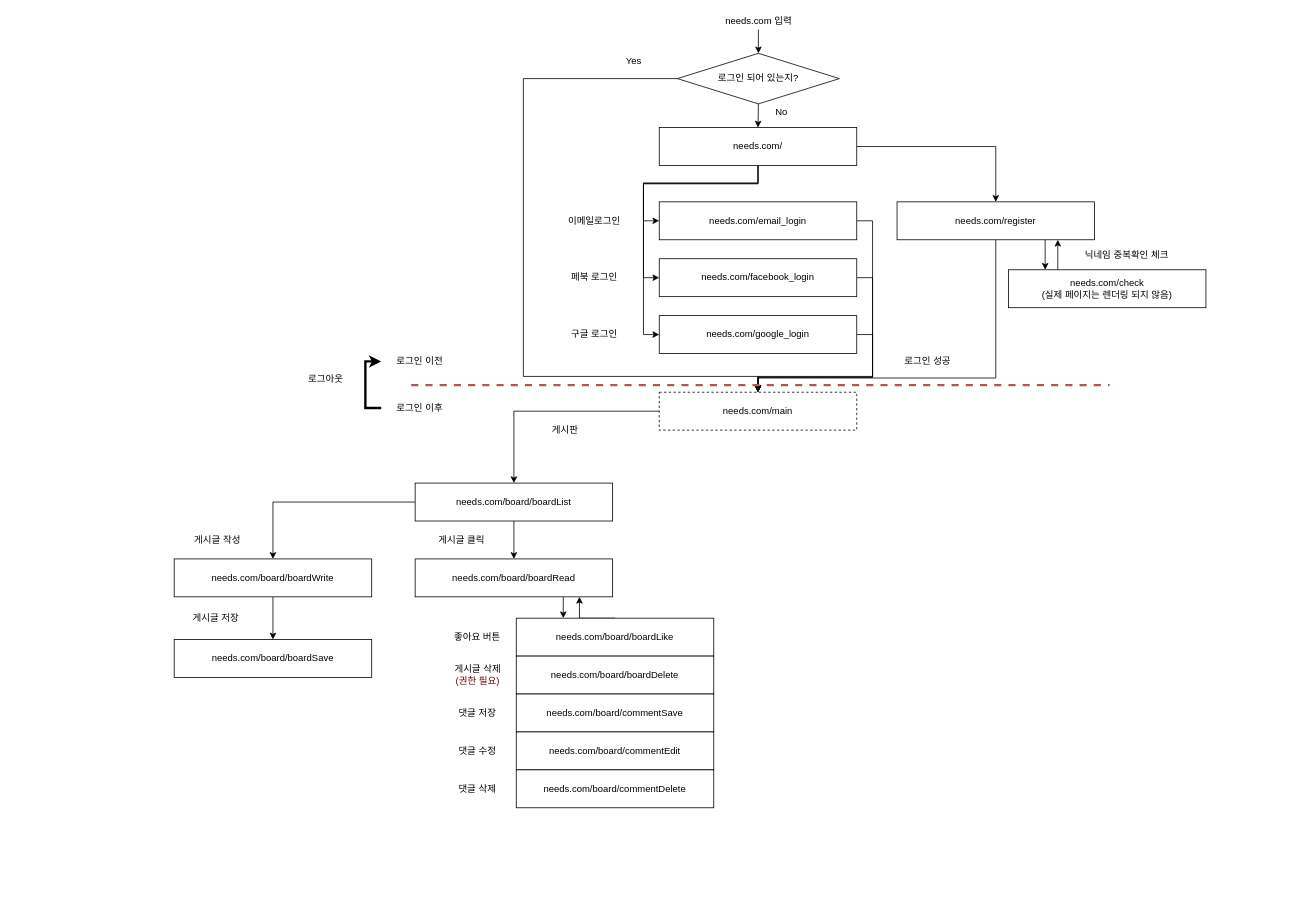
The draw.io diagram web_uml_diagram.drawio in needs-develop/Needs-web, before the edit. Source tidied: cells renumbered, new cells numbered last; positions are measured from the earlier drawing's top-left corner, leaving out a move shared by most shapes. Both pictures are drawn from the tidied source at 79%, with x=0, y=0 at pixel (171, 13).
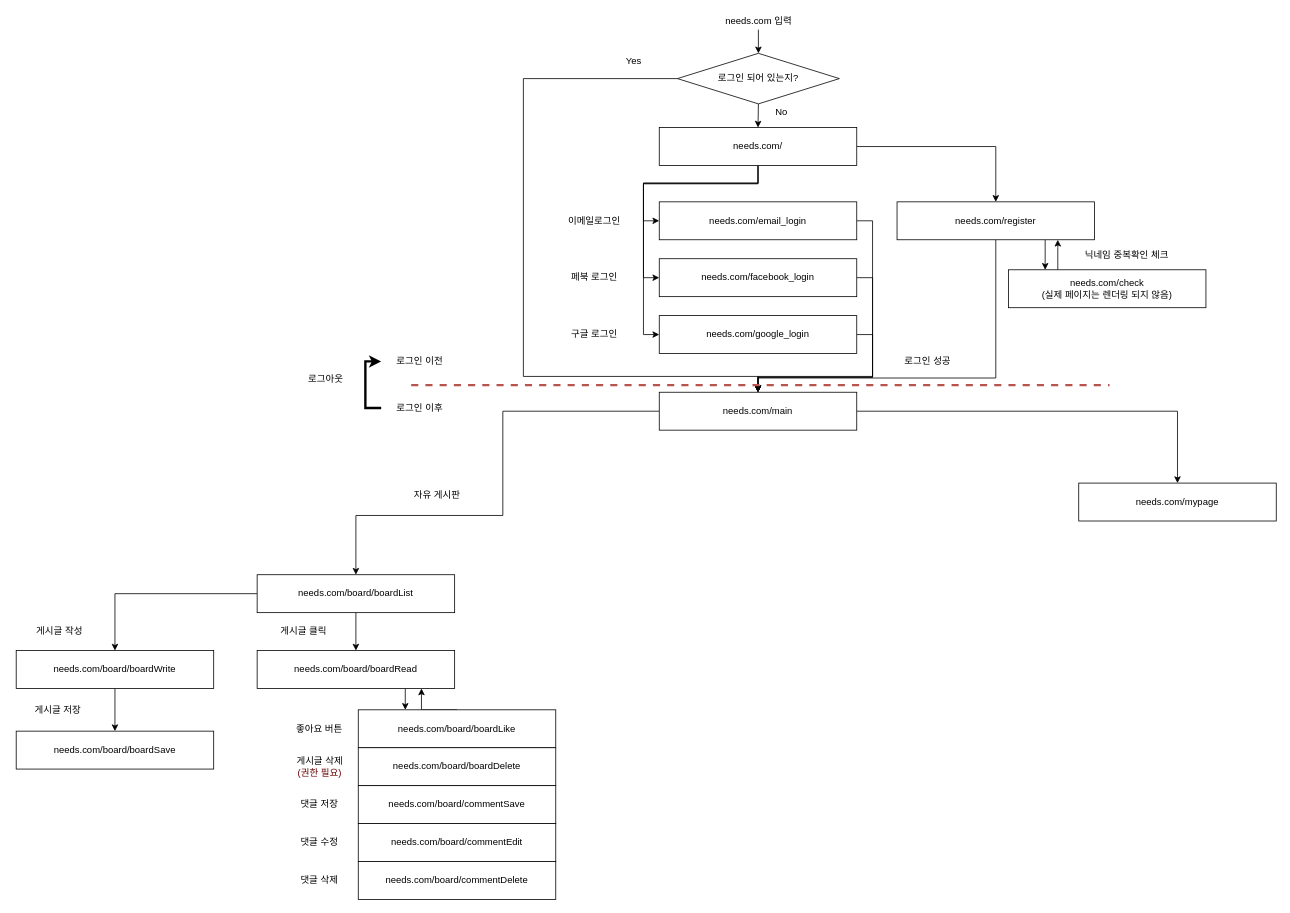
Above is the later version.

The edit, as a diff of the source:
```diff
@@
     <mxCell id="28" style="edgeStyle=orthogonalEdgeStyle;rounded=0;jettySize=auto;html=1;exitX=0;exitY=0.5;exitDx=0;exitDy=0;entryX=0.5;entryY=0;entryDx=0;entryDy=0;" parent="1" edge="1" source="29" target="34">
-      <mxGeometry relative="1" as="geometry" />
+      <mxGeometry relative="1" as="geometry">
+        <Array as="points">
+          <mxPoint x="419" y="503" />
+          <mxPoint x="419" y="635" />
+          <mxPoint x="233" y="635" />
+        </Array>
+      </mxGeometry>
     </mxCell>
+    <mxCell id="60" style="edgeStyle=orthogonalEdgeStyle;rounded=0;jettySize=auto;html=1;exitX=1;exitY=0.5;exitDx=0;exitDy=0;" parent="1" edge="1" source="29" target="61">
+      <mxGeometry relative="1" as="geometry" />
+    </mxCell>
-    <mxCell id="29" value="needs.com/main" style="rounded=0;whiteSpace=wrap;html=1;dashed=1;" parent="1" vertex="1">
+    <mxCell id="29" value="needs.com/main" style="rounded=0;whiteSpace=wrap;html=1;" parent="1" vertex="1">
       <mxGeometry x="617" y="479" width="250" height="48" as="geometry" />
     </mxCell>
@@
     <mxCell id="34" value="needs.com/board/boardList" style="rounded=0;whiteSpace=wrap;html=1;" parent="1" vertex="1">
-      <mxGeometry x="308" y="594" width="250" height="48" as="geometry" />
+      <mxGeometry x="108" y="710" width="250" height="48" as="geometry" />
     </mxCell>
     <mxCell id="35" style="edgeStyle=orthogonalEdgeStyle;rounded=0;jettySize=auto;html=1;exitX=0.75;exitY=1;exitDx=0;exitDy=0;strokeWidth=1;" parent="1" edge="1" source="36" target="50">
       <mxGeometry relative="1" as="geometry">
         <Array as="points">
-          <mxPoint x="496" y="758" />
-          <mxPoint x="496" y="758" />
+          <mxPoint x="296" y="874" />
+          <mxPoint x="296" y="874" />
         </Array>
       </mxGeometry>
     </mxCell>
     <mxCell id="36" value="needs.com/board/boardRead" style="rounded=0;whiteSpace=wrap;html=1;" parent="1" vertex="1">
-      <mxGeometry x="308" y="690" width="250" height="48" as="geometry" />
+      <mxGeometry x="108" y="806" width="250" height="48" as="geometry" />
     </mxCell>
     <mxCell id="37" value="needs.com/board/boardSave" style="rounded=0;whiteSpace=wrap;html=1;" parent="1" vertex="1">
-      <mxGeometry x="3" y="792" width="250" height="48" as="geometry" />
+      <mxGeometry x="-197" y="908" width="250" height="48" as="geometry" />
     </mxCell>
-    <mxCell id="38" value="게시판" style="text;html=1;strokeColor=none;fillColor=none;align=center;verticalAlign=middle;whiteSpace=wrap;rounded=0;" parent="1" vertex="1">
-      <mxGeometry x="449" y="517" width="98" height="20" as="geometry" />
+    <mxCell id="38" value="자유 게시판" style="text;html=1;strokeColor=none;fillColor=none;align=center;verticalAlign=middle;whiteSpace=wrap;rounded=0;" parent="1" vertex="1">
+      <mxGeometry x="287" y="600" width="98" height="20" as="geometry" />
     </mxCell>
@@
     <mxCell id="44" value="게시글 클릭" style="text;html=1;strokeColor=none;fillColor=none;align=center;verticalAlign=middle;whiteSpace=wrap;rounded=0;" parent="1" vertex="1">
-      <mxGeometry x="318" y="656" width="98" height="20" as="geometry" />
+      <mxGeometry x="118" y="772" width="98" height="20" as="geometry" />
     </mxCell>
@@
     <mxCell id="46" value="needs.com/board/boardWrite" style="rounded=0;whiteSpace=wrap;html=1;" parent="1" vertex="1">
-      <mxGeometry x="3" y="690" width="250" height="48" as="geometry" />
+      <mxGeometry x="-197" y="806" width="250" height="48" as="geometry" />
     </mxCell>
     <mxCell id="47" value="게시글 작성" style="text;html=1;strokeColor=none;fillColor=none;align=center;verticalAlign=middle;whiteSpace=wrap;rounded=0;" parent="1" vertex="1">
-      <mxGeometry x="9" y="656" width="98" height="20" as="geometry" />
+      <mxGeometry x="-191" y="772" width="98" height="20" as="geometry" />
     </mxCell>
     <mxCell id="48" value="게시글 저장" style="text;html=1;strokeColor=none;fillColor=none;align=center;verticalAlign=middle;whiteSpace=wrap;rounded=0;" parent="1" vertex="1">
-      <mxGeometry y="755" width="112.1" height="20" as="geometry" />
+      <mxGeometry x="-200" y="871" width="112.1" height="20" as="geometry" />
     </mxCell>
     <mxCell id="49" style="edgeStyle=orthogonalEdgeStyle;rounded=0;jettySize=auto;html=1;exitX=0.5;exitY=0;exitDx=0;exitDy=0;strokeWidth=1;" parent="1" edge="1" source="50" target="36">
       <mxGeometry relative="1" as="geometry">
         <Array as="points">
-          <mxPoint x="516" y="765" />
+          <mxPoint x="316" y="881" />
         </Array>
       </mxGeometry>
     </mxCell>
     <mxCell id="50" value="needs.com/board/boardLike" style="rounded=0;whiteSpace=wrap;html=1;" parent="1" vertex="1">
-      <mxGeometry x="436" y="765" width="250" height="48" as="geometry" />
+      <mxGeometry x="236" y="881" width="250" height="48" as="geometry" />
     </mxCell>
     <mxCell id="51" value="좋아요 버튼" style="text;html=1;strokeColor=none;fillColor=none;align=center;verticalAlign=middle;whiteSpace=wrap;rounded=0;" parent="1" vertex="1">
-      <mxGeometry x="338" y="779" width="98" height="20" as="geometry" />
+      <mxGeometry x="138" y="895" width="98" height="20" as="geometry" />
     </mxCell>
     <mxCell id="52" value="needs.com/board/boardDelete" style="rounded=0;whiteSpace=wrap;html=1;" parent="1" vertex="1">
-      <mxGeometry x="436" y="813" width="250" height="48" as="geometry" />
+      <mxGeometry x="236" y="929" width="250" height="48" as="geometry" />
     </mxCell>
     <mxCell id="53" value="게시글 삭제&lt;br&gt;&lt;font color=&quot;#660000&quot;&gt;(권한 필요)&lt;/font&gt;" style="text;html=1;strokeColor=none;fillColor=none;align=center;verticalAlign=middle;whiteSpace=wrap;rounded=0;" parent="1" vertex="1">
-      <mxGeometry x="342.5" y="818.5" width="89" height="37" as="geometry" />
+      <mxGeometry x="142.5" y="934.5" width="89" height="37" as="geometry" />
     </mxCell>
     <mxCell id="54" value="needs.com/board/commentSave" style="rounded=0;whiteSpace=wrap;html=1;" parent="1" vertex="1">
-      <mxGeometry x="436" y="861" width="250" height="48" as="geometry" />
+      <mxGeometry x="236" y="977" width="250" height="48" as="geometry" />
     </mxCell>
     <mxCell id="55" value="댓글 저장" style="text;html=1;strokeColor=none;fillColor=none;align=center;verticalAlign=middle;whiteSpace=wrap;rounded=0;" parent="1" vertex="1">
-      <mxGeometry x="338" y="875" width="98" height="20" as="geometry" />
+      <mxGeometry x="138" y="991" width="98" height="20" as="geometry" />
     </mxCell>
     <mxCell id="56" value="needs.com/board/commentEdit" style="rounded=0;whiteSpace=wrap;html=1;" parent="1" vertex="1">
-      <mxGeometry x="436" y="909" width="250" height="48" as="geometry" />
+      <mxGeometry x="236" y="1025" width="250" height="48" as="geometry" />
     </mxCell>
     <mxCell id="57" value="댓글 수정" style="text;html=1;strokeColor=none;fillColor=none;align=center;verticalAlign=middle;whiteSpace=wrap;rounded=0;" parent="1" vertex="1">
-      <mxGeometry x="338" y="923" width="98" height="20" as="geometry" />
+      <mxGeometry x="138" y="1039" width="98" height="20" as="geometry" />
     </mxCell>
     <mxCell id="58" value="needs.com/board/commentDelete" style="rounded=0;whiteSpace=wrap;html=1;" parent="1" vertex="1">
-      <mxGeometry x="436" y="957" width="250" height="48" as="geometry" />
+      <mxGeometry x="236" y="1073" width="250" height="48" as="geometry" />
     </mxCell>
     <mxCell id="59" value="댓글 삭제" style="text;html=1;strokeColor=none;fillColor=none;align=center;verticalAlign=middle;whiteSpace=wrap;rounded=0;" parent="1" vertex="1">
-      <mxGeometry x="338" y="971" width="98" height="20" as="geometry" />
+      <mxGeometry x="138" y="1087" width="98" height="20" as="geometry" />
     </mxCell>
+    <mxCell id="61" value="needs.com/mypage" style="rounded=0;whiteSpace=wrap;html=1;" parent="1" vertex="1">
+      <mxGeometry x="1148" y="594" width="250" height="48" as="geometry" />
+    </mxCell>
```
